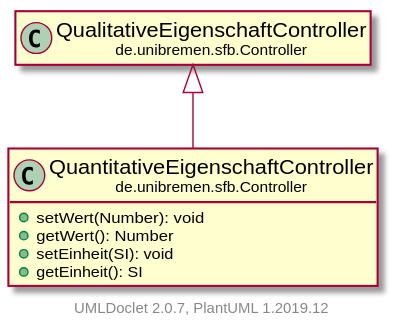
Before: doc/UML/modulsichtSVG/QuantitativeEigenschaftController.svg, a diagram exported from PlantUML (fkehlenb/softwareprojekt-2).
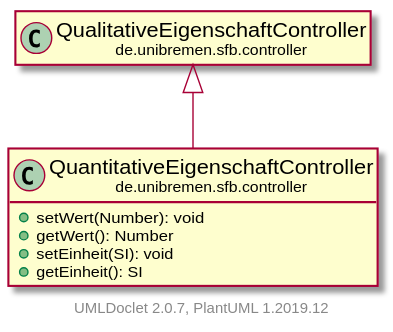
The same diagram one commit later.

What changed in the source:
```diff
@@ -3,16 +3,16 @@
     hide empty fields
     hide empty methods
 
-    class "<size:14>QuantitativeEigenschaftController\n<size:10>de.unibremen.sfb.Controller" as de.unibremen.sfb.Controller.QuantitativeEigenschaftController [[QuantitativeEigenschaftController.html]] {
+    class "<size:14>QuantitativeEigenschaftController\n<size:10>de.unibremen.sfb.controller" as de.unibremen.sfb.controller.QuantitativeEigenschaftController [[QuantitativeEigenschaftController.html]] {
         +setWert(Number): void
         +getWert(): Number
         +setEinheit(SI): void
         +getEinheit(): SI
     }
 
-    class "<size:14>QualitativeEigenschaftController\n<size:10>de.unibremen.sfb.Controller" as de.unibremen.sfb.Controller.QualitativeEigenschaftController [[QualitativeEigenschaftController.html]]
+    class "<size:14>QualitativeEigenschaftController\n<size:10>de.unibremen.sfb.controller" as de.unibremen.sfb.controller.QualitativeEigenschaftController [[QualitativeEigenschaftController.html]]
 
-    de.unibremen.sfb.Controller.QualitativeEigenschaftController <|-- de.unibremen.sfb.Controller.QuantitativeEigenschaftController
+    de.unibremen.sfb.controller.QualitativeEigenschaftController <|-- de.unibremen.sfb.controller.QuantitativeEigenschaftController
 
     center footer UMLDoclet 2.0.7, PlantUML 1.2019.12
 @enduml
```
